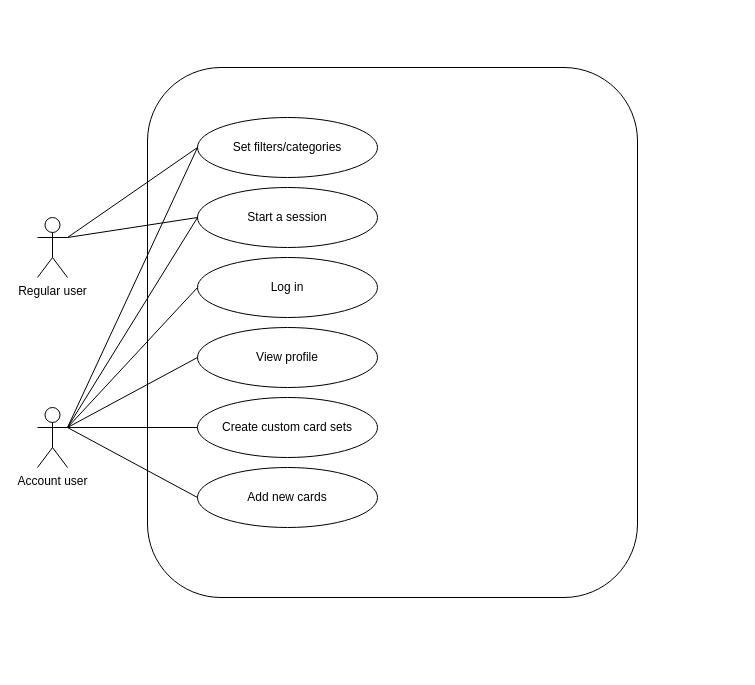
The draw.io diagram docs/diagrams/use_case/linguaFlashUseCase.drawio in empty-works/lingua-flash, before the edit. Source tidied: cells renumbered, new cells numbered last; positions are measured from the earlier drawing's top-left corner, leaving out a move shared by most shapes. Both pictures are drawn from the tidied source at 100%, with x=0, y=0 at pixel (37, 67).
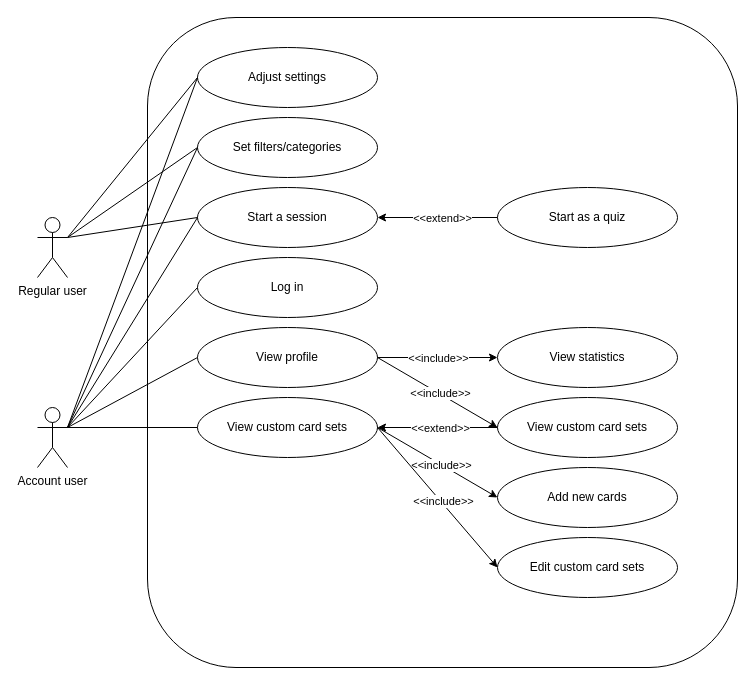
The same page after the edit.

Commit message:
Update linguaFlashUseCase.drawio - added more use cases

Unchanged cells that the change refers to:
```xml
<mxCell id="3" value="Regular user" style="shape=umlActor;verticalLabelPosition=bottom;verticalAlign=top;html=1;outlineConnect=0;" parent="1" vertex="1">
  <mxGeometry y="150" width="30" height="60" as="geometry" />
</mxCell>
<mxCell id="4" value="Account user" style="shape=umlActor;verticalLabelPosition=bottom;verticalAlign=top;html=1;outlineConnect=0;" parent="1" vertex="1">
  <mxGeometry y="340" width="30" height="60" as="geometry" />
</mxCell>
<mxCell id="5" value="Start a session" style="ellipse;whiteSpace=wrap;html=1;" parent="1" vertex="1">
  <mxGeometry x="160" y="120" width="180" height="60" as="geometry" />
</mxCell>
<mxCell id="8" value="View profile" style="ellipse;whiteSpace=wrap;html=1;" parent="1" vertex="1">
  <mxGeometry x="160" y="260" width="180" height="60" as="geometry" />
</mxCell>
```

The edit, as a diff of the source:
```diff
@@
     <mxCell id="2" style="rounded=1;whiteSpace=wrap;html=1;" parent="1" vertex="1">
-      <mxGeometry x="110" width="490" height="530" as="geometry" />
+      <mxGeometry x="110" y="-50" width="590" height="650" as="geometry" />
     </mxCell>
@@
-    <mxCell id="9" value="Create custom card sets" style="ellipse;whiteSpace=wrap;html=1;" parent="1" vertex="1">
+    <mxCell id="9" value="View custom card sets" style="ellipse;whiteSpace=wrap;html=1;" parent="1" vertex="1">
       <mxGeometry x="160" y="330" width="180" height="60" as="geometry" />
     </mxCell>
     <mxCell id="10" value="Add new cards" style="ellipse;whiteSpace=wrap;html=1;" parent="1" vertex="1">
-      <mxGeometry x="160" y="400" width="180" height="60" as="geometry" />
+      <mxGeometry x="460" y="400" width="180" height="60" as="geometry" />
     </mxCell>
@@
-    <mxCell id="18" style="endArrow=none;html=1;rounded=0;exitX=1;exitY=0.3333333333333333;exitDx=0;exitDy=0;exitPerimeter=0;entryX=0;entryY=0.5;entryDx=0;entryDy=0;" parent="1" edge="1" source="4" target="10">
-      <mxGeometry relative="1" as="geometry" />
-    </mxCell>
+    <mxCell id="19" value="View statistics" style="ellipse;whiteSpace=wrap;html=1;" parent="1" vertex="1">
+      <mxGeometry x="460" y="260" width="180" height="60" as="geometry" />
+    </mxCell>
+    <mxCell id="20" style="endArrow=classic;html=1;rounded=0;entryX=0;entryY=0.5;entryDx=0;entryDy=0;exitX=1;exitY=0.5;exitDx=0;exitDy=0;" parent="1" edge="1" source="8" target="19">
+      <mxGeometry relative="1" as="geometry" />
+    </mxCell>
+    <mxCell id="21" value="&amp;lt;&amp;lt;include&amp;gt;&amp;gt;" style="edgeLabel;html=1;align=center;verticalAlign=middle;" parent="20" vertex="1">
+      <mxGeometry x="-0.63" y="-1" relative="1" as="geometry">
+        <mxPoint x="38" y="-1" as="offset" />
+      </mxGeometry>
+    </mxCell>
+    <mxCell id="22" value="Start as a quiz" style="ellipse;whiteSpace=wrap;html=1;" parent="1" vertex="1">
+      <mxGeometry x="460" y="120" width="180" height="60" as="geometry" />
+    </mxCell>
+    <mxCell id="23" style="endArrow=classic;html=1;rounded=0;entryX=1;entryY=0.5;entryDx=0;entryDy=0;exitX=0;exitY=0.5;exitDx=0;exitDy=0;" parent="1" edge="1" source="22" target="5">
+      <mxGeometry relative="1" as="geometry" />
+    </mxCell>
+    <mxCell id="24" value="&amp;lt;&amp;lt;extend&amp;gt;&amp;gt;" style="edgeLabel;html=1;align=center;verticalAlign=middle;" parent="23" vertex="1">
+      <mxGeometry x="0.23" relative="1" as="geometry">
+        <mxPoint x="18" as="offset" />
+      </mxGeometry>
+    </mxCell>
+    <mxCell id="25" value="Adjust settings" style="ellipse;whiteSpace=wrap;html=1;" parent="1" vertex="1">
+      <mxGeometry x="160" y="-20" width="180" height="60" as="geometry" />
+    </mxCell>
+    <mxCell id="26" style="endArrow=none;html=1;rounded=0;entryX=0;entryY=0.5;entryDx=0;entryDy=0;exitX=1;exitY=0.3333333333333333;exitDx=0;exitDy=0;exitPerimeter=0;" parent="1" edge="1" source="3" target="25">
+      <mxGeometry relative="1" as="geometry" />
+    </mxCell>
+    <mxCell id="27" style="endArrow=none;html=1;rounded=0;exitX=1;exitY=0.3333333333333333;exitDx=0;exitDy=0;exitPerimeter=0;entryX=0;entryY=0.5;entryDx=0;entryDy=0;" parent="1" edge="1" source="4" target="25">
+      <mxGeometry relative="1" as="geometry" />
+    </mxCell>
+    <mxCell id="28" value="View custom card sets" style="ellipse;whiteSpace=wrap;html=1;" parent="1" vertex="1">
+      <mxGeometry x="460" y="330" width="180" height="60" as="geometry" />
+    </mxCell>
+    <mxCell id="29" style="endArrow=classic;html=1;rounded=0;exitX=1;exitY=0.5;exitDx=0;exitDy=0;entryX=0;entryY=0.5;entryDx=0;entryDy=0;" parent="1" edge="1" source="8" target="28">
+      <mxGeometry relative="1" as="geometry" />
+    </mxCell>
+    <mxCell id="30" value="&amp;lt;&amp;lt;include&amp;gt;&amp;gt;" style="edgeLabel;html=1;align=center;verticalAlign=middle;" parent="29" vertex="1">
+      <mxGeometry x="0.21" y="3" relative="1" as="geometry">
+        <mxPoint x="-12" y="-4" as="offset" />
+      </mxGeometry>
+    </mxCell>
+    <mxCell id="31" style="endArrow=classic;html=1;rounded=0;entryX=1;entryY=0.5;entryDx=0;entryDy=0;exitX=0;exitY=0.5;exitDx=0;exitDy=0;" parent="1" edge="1" source="28" target="9">
+      <mxGeometry relative="1" as="geometry" />
+    </mxCell>
+    <mxCell id="32" value="&amp;lt;&amp;lt;extend&amp;gt;&amp;gt;" style="edgeLabel;html=1;align=center;verticalAlign=middle;" parent="31" vertex="1">
+      <mxGeometry x="0.23" relative="1" as="geometry">
+        <mxPoint x="16" as="offset" />
+      </mxGeometry>
+    </mxCell>
+    <mxCell id="33" value="Edit custom card sets" style="ellipse;whiteSpace=wrap;html=1;" parent="1" vertex="1">
+      <mxGeometry x="460" y="470" width="180" height="60" as="geometry" />
+    </mxCell>
+    <mxCell id="34" style="endArrow=classic;html=1;rounded=0;exitX=1;exitY=0.5;exitDx=0;exitDy=0;entryX=0;entryY=0.5;entryDx=0;entryDy=0;" parent="1" edge="1" source="9" target="10">
+      <mxGeometry relative="1" as="geometry" />
+    </mxCell>
+    <mxCell id="35" value="&amp;lt;&amp;lt;include&amp;gt;&amp;gt;" style="edgeLabel;html=1;align=center;verticalAlign=middle;" parent="34" vertex="1">
+      <mxGeometry x="-0.21" y="1" relative="1" as="geometry">
+        <mxPoint x="15" y="11" as="offset" />
+      </mxGeometry>
+    </mxCell>
+    <mxCell id="36" style="endArrow=classic;html=1;rounded=0;exitX=1;exitY=0.5;exitDx=0;exitDy=0;entryX=0;entryY=0.5;entryDx=0;entryDy=0;" parent="1" edge="1" source="9" target="33">
+      <mxGeometry relative="1" as="geometry" />
+    </mxCell>
+    <mxCell id="37" value="&amp;lt;&amp;lt;include&amp;gt;&amp;gt;" style="edgeLabel;html=1;align=center;verticalAlign=middle;" parent="36" vertex="1">
+      <mxGeometry x="0.32" y="1" relative="1" as="geometry">
+        <mxPoint x="-15" y="-18" as="offset" />
+      </mxGeometry>
+    </mxCell>
```
